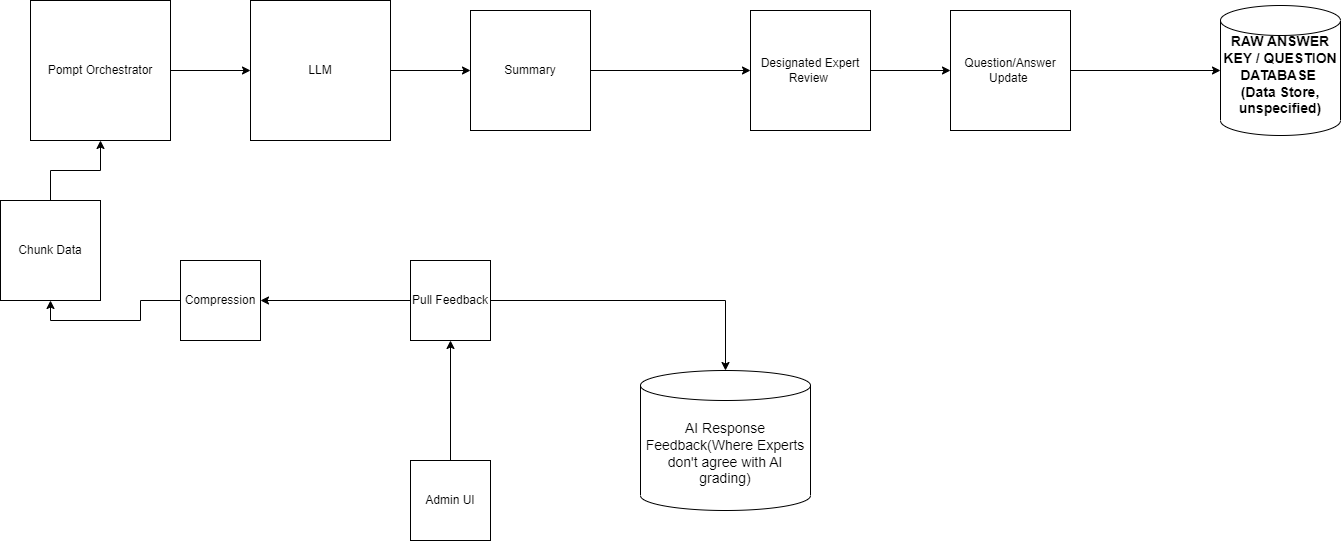
The draw.io diagram diagrams/admin-expert-ai-refinement.drawio.png in mmat1/skynet-ai-2025, before a commit. Source tidied: cells renumbered, new cells last; positions are measured from the earlier drawing's top-left corner, leaving out a move shared by most shapes.
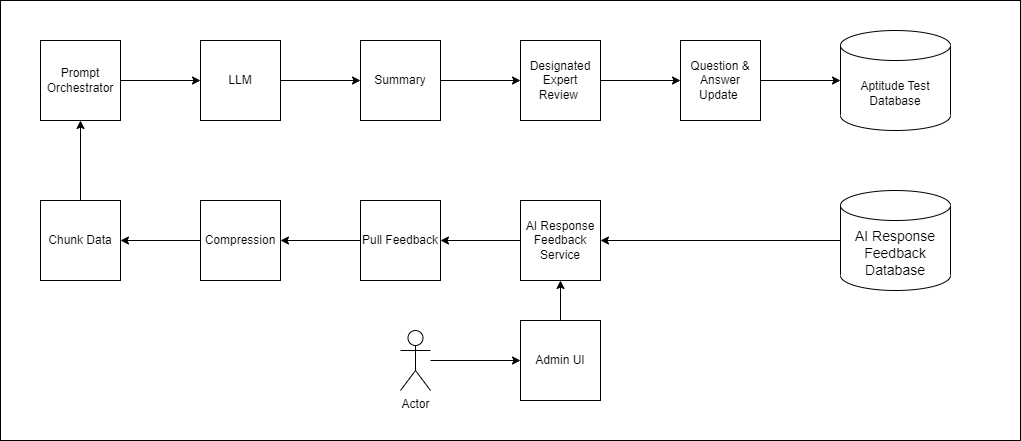
Above is the later version.

The edit, as a diff of the source:
```diff
@@ -2,72 +2,83 @@
   <root>
     <mxCell id="0" />
     <mxCell id="1" parent="0" />
+    <mxCell id="23" style="rounded=0;whiteSpace=wrap;html=1;" parent="1" vertex="1">
+      <mxGeometry y="-40" width="1020" height="440" as="geometry" />
+    </mxCell>
+    <mxCell id="24" style="edgeStyle=orthogonalEdgeStyle;rounded=0;jettySize=auto;html=1;entryX=1;entryY=0.5;entryDx=0;entryDy=0;" parent="1" edge="1" source="2" target="29">
+      <mxGeometry relative="1" as="geometry" />
+    </mxCell>
-    <mxCell id="2" value="&lt;span style=&quot;font-size: 14px;&quot;&gt;AI Response&lt;br&gt;Feedback(Where Experts don't agree with AI grading)&lt;br&gt;&lt;/span&gt;" style="shape=cylinder3;whiteSpace=wrap;html=1;boundedLbl=1;backgroundOutline=1;size=15;strokeColor=default;align=center;verticalAlign=middle;fontFamily=Helvetica;fontSize=12;fontColor=default;fillColor=default;" parent="1" vertex="1">
-      <mxGeometry x="640" y="370" width="170" height="140" as="geometry" />
+    <mxCell id="2" value="&lt;span style=&quot;font-size: 14px;&quot;&gt;AI Response Feedback Database&lt;br&gt;&lt;/span&gt;" style="shape=cylinder3;whiteSpace=wrap;html=1;boundedLbl=1;backgroundOutline=1;size=15;strokeColor=default;align=center;verticalAlign=middle;fontFamily=Helvetica;fontSize=12;fontColor=default;fillColor=default;" parent="1" vertex="1">
+      <mxGeometry x="840" y="150" width="110" height="100" as="geometry" />
     </mxCell>
     <mxCell id="3" style="edgeStyle=orthogonalEdgeStyle;rounded=0;jettySize=auto;html=1;" parent="1" edge="1" source="4" target="6">
       <mxGeometry relative="1" as="geometry" />
     </mxCell>
-    <mxCell id="4" value="Pompt Orchestrator" style="whiteSpace=wrap;html=1;" parent="1" vertex="1">
-      <mxGeometry x="30" width="140" height="140" as="geometry" />
+    <mxCell id="4" value="Prompt Orchestrator" style="whiteSpace=wrap;html=1;" parent="1" vertex="1">
+      <mxGeometry x="40" width="80" height="80" as="geometry" />
     </mxCell>
-    <mxCell id="5" style="edgeStyle=orthogonalEdgeStyle;rounded=0;jettySize=auto;html=1;" parent="1" edge="1" source="6">
-      <mxGeometry relative="1" as="geometry">
-        <mxPoint x="470" y="70" as="targetPoint" />
-      </mxGeometry>
-    </mxCell>
     <mxCell id="6" value="LLM" style="whiteSpace=wrap;html=1;" parent="1" vertex="1">
-      <mxGeometry x="250" width="140" height="140" as="geometry" />
+      <mxGeometry x="200" width="80" height="80" as="geometry" />
     </mxCell>
     <mxCell id="7" style="edgeStyle=orthogonalEdgeStyle;rounded=0;jettySize=auto;html=1;" parent="1" edge="1" source="8" target="4">
       <mxGeometry relative="1" as="geometry" />
     </mxCell>
     <mxCell id="8" value="Chunk Data" style="whiteSpace=wrap;html=1;" parent="1" vertex="1">
-      <mxGeometry y="200" width="100" height="100" as="geometry" />
+      <mxGeometry x="40" y="160" width="80" height="80" as="geometry" />
     </mxCell>
-    <mxCell id="9" style="edgeStyle=orthogonalEdgeStyle;rounded=0;jettySize=auto;html=1;" parent="1" edge="1" source="10">
-      <mxGeometry relative="1" as="geometry">
-        <mxPoint x="750" y="70" as="targetPoint" />
-      </mxGeometry>
-    </mxCell>
-    <mxCell id="10" value="Summary" style="whiteSpace=wrap;html=1;" parent="1" vertex="1">
-      <mxGeometry x="470" y="10" width="120" height="120" as="geometry" />
-    </mxCell>
-    <mxCell id="11" style="edgeStyle=orthogonalEdgeStyle;rounded=0;jettySize=auto;html=1;" parent="1" edge="1" source="12" target="15">
-      <mxGeometry relative="1" as="geometry" />
-    </mxCell>
+    <mxCell id="25" style="edgeStyle=orthogonalEdgeStyle;rounded=0;jettySize=auto;html=1;exitX=0.5;exitY=0;exitDx=0;exitDy=0;entryX=0.5;entryY=1;entryDx=0;entryDy=0;" parent="1" edge="1" source="12" target="29">
+      <mxGeometry relative="1" as="geometry" />
+    </mxCell>
     <mxCell id="12" value="Admin UI" style="whiteSpace=wrap;html=1;" parent="1" vertex="1">
-      <mxGeometry x="410" y="460" width="80" height="80" as="geometry" />
+      <mxGeometry x="520" y="280" width="80" height="80" as="geometry" />
     </mxCell>
-    <mxCell id="13" style="edgeStyle=orthogonalEdgeStyle;rounded=0;jettySize=auto;html=1;" parent="1" edge="1" source="15" target="2">
-      <mxGeometry relative="1" as="geometry" />
-    </mxCell>
     <mxCell id="14" style="edgeStyle=orthogonalEdgeStyle;rounded=0;jettySize=auto;html=1;" parent="1" edge="1" source="15" target="17">
       <mxGeometry relative="1" as="geometry" />
     </mxCell>
     <mxCell id="15" value="Pull Feedback" style="whiteSpace=wrap;html=1;" parent="1" vertex="1">
-      <mxGeometry x="410" y="260" width="80" height="80" as="geometry" />
+      <mxGeometry x="360" y="160" width="80" height="80" as="geometry" />
     </mxCell>
-    <mxCell id="16" style="edgeStyle=orthogonalEdgeStyle;rounded=0;jettySize=auto;html=1;entryX=0.5;entryY=1;entryDx=0;entryDy=0;" parent="1" edge="1" source="17" target="8">
+    <mxCell id="16" style="edgeStyle=orthogonalEdgeStyle;rounded=0;jettySize=auto;html=1;entryX=1;entryY=0.5;entryDx=0;entryDy=0;" parent="1" edge="1" source="17" target="8">
       <mxGeometry relative="1" as="geometry" />
     </mxCell>
     <mxCell id="17" value="Compression" style="whiteSpace=wrap;html=1;" parent="1" vertex="1">
-      <mxGeometry x="180" y="260" width="80" height="80" as="geometry" />
+      <mxGeometry x="200" y="160" width="80" height="80" as="geometry" />
     </mxCell>
     <mxCell id="18" style="edgeStyle=orthogonalEdgeStyle;rounded=0;jettySize=auto;html=1;" parent="1" edge="1" source="19" target="21">
       <mxGeometry relative="1" as="geometry" />
     </mxCell>
-    <mxCell id="19" value="Designated Expert Review&amp;nbsp;" style="whiteSpace=wrap;html=1;" parent="1" vertex="1">
-      <mxGeometry x="750" y="10" width="120" height="120" as="geometry" />
-    </mxCell>
     <mxCell id="20" style="edgeStyle=orthogonalEdgeStyle;rounded=0;jettySize=auto;html=1;" parent="1" edge="1" source="21" target="22">
       <mxGeometry relative="1" as="geometry" />
     </mxCell>
-    <mxCell id="21" value="Question/Answer Update&amp;nbsp;" style="whiteSpace=wrap;html=1;" parent="1" vertex="1">
-      <mxGeometry x="950" y="10" width="120" height="120" as="geometry" />
+    <mxCell id="21" value="Question &amp;amp; Answer Update&amp;nbsp;" style="whiteSpace=wrap;html=1;" parent="1" vertex="1">
+      <mxGeometry x="680" width="80" height="80" as="geometry" />
     </mxCell>
-    <mxCell id="22" value="&lt;b&gt;&lt;font style=&quot;font-size: 14px;&quot;&gt;RAW ANSWER KEY / QUESTION DATABASE&amp;nbsp;&lt;/font&gt;&lt;/b&gt;&lt;div&gt;&lt;b&gt;&lt;font style=&quot;font-size: 14px;&quot;&gt;(Data Store, unspecified)&lt;/font&gt;&lt;/b&gt;&lt;div&gt;&lt;b&gt;&lt;font style=&quot;font-size: 14px;&quot;&gt;&lt;br&gt;&lt;/font&gt;&lt;/b&gt;&lt;/div&gt;&lt;/div&gt;" style="shape=cylinder3;whiteSpace=wrap;html=1;boundedLbl=1;backgroundOutline=1;size=15;strokeColor=default;align=center;verticalAlign=middle;fontFamily=Helvetica;fontSize=12;fontColor=default;fillColor=default;" parent="1" vertex="1">
-      <mxGeometry x="1220" y="5" width="120" height="130" as="geometry" />
+    <mxCell id="22" value="Aptitude Test Database" style="shape=cylinder3;whiteSpace=wrap;html=1;boundedLbl=1;backgroundOutline=1;size=15;strokeColor=default;align=center;verticalAlign=middle;fontFamily=Helvetica;fontSize=12;fontColor=default;fillColor=default;" parent="1" vertex="1">
+      <mxGeometry x="840" y="-10" width="110" height="100" as="geometry" />
     </mxCell>
+    <mxCell id="26" style="edgeStyle=orthogonalEdgeStyle;rounded=0;jettySize=auto;html=1;" parent="1" edge="1" source="6" target="10">
+      <mxGeometry relative="1" as="geometry" />
+    </mxCell>
+    <mxCell id="10" value="Summary" style="whiteSpace=wrap;html=1;" parent="1" vertex="1">
+      <mxGeometry x="360" width="80" height="80" as="geometry" />
+    </mxCell>
+    <mxCell id="27" style="edgeStyle=orthogonalEdgeStyle;rounded=0;jettySize=auto;html=1;" parent="1" edge="1" source="10" target="19">
+      <mxGeometry relative="1" as="geometry" />
+    </mxCell>
+    <mxCell id="19" value="Designated Expert Review&amp;nbsp;" style="whiteSpace=wrap;html=1;" parent="1" vertex="1">
+      <mxGeometry x="520" width="80" height="80" as="geometry" />
+    </mxCell>
+    <mxCell id="28" style="edgeStyle=orthogonalEdgeStyle;rounded=0;jettySize=auto;html=1;" parent="1" edge="1" source="29" target="15">
+      <mxGeometry relative="1" as="geometry" />
+    </mxCell>
+    <mxCell id="29" value="AI Response Feedback Service" style="whiteSpace=wrap;html=1;" parent="1" vertex="1">
+      <mxGeometry x="520" y="160" width="80" height="80" as="geometry" />
+    </mxCell>
+    <mxCell id="30" style="edgeStyle=orthogonalEdgeStyle;rounded=0;jettySize=auto;html=1;entryX=0;entryY=0.5;entryDx=0;entryDy=0;" parent="1" edge="1" source="31" target="12">
+      <mxGeometry relative="1" as="geometry" />
+    </mxCell>
+    <mxCell id="31" value="Actor" style="shape=umlActor;verticalLabelPosition=bottom;verticalAlign=top;html=1;outlineConnect=0;" parent="1" vertex="1">
+      <mxGeometry x="400" y="290" width="30" height="60" as="geometry" />
+    </mxCell>
   </root>
 </mxGraphModel>
```
